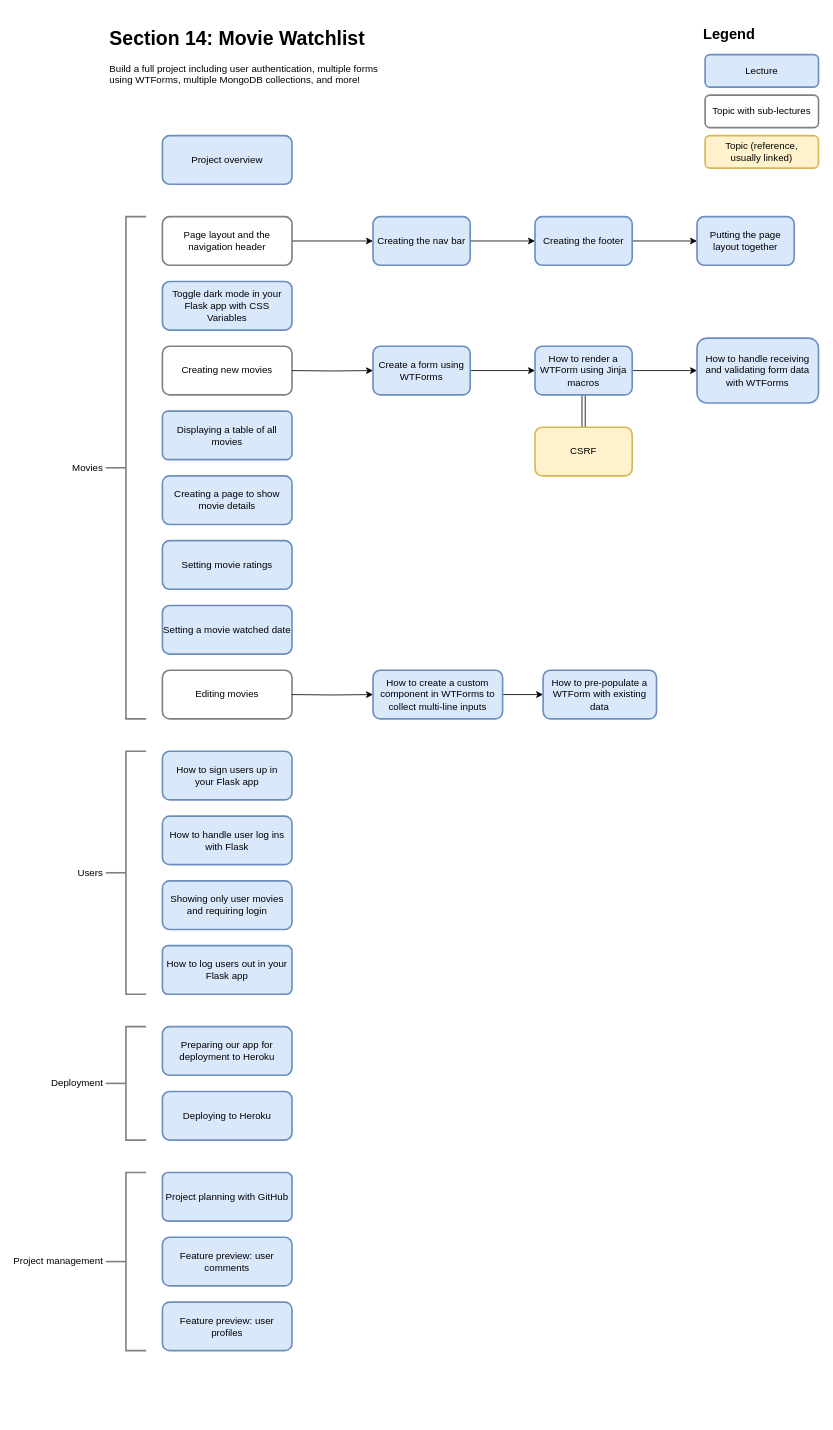
Before: curriculum/section14/movie-watchlist-section-plan.drawio in tecladocode/web-dev-bootcamp, a draw.io diagram. Source tidied: cells renumbered, new cells numbered last; positions are measured from the earlier drawing's top-left corner, leaving out a move shared by most shapes. Both pictures are drawn from the tidied source at 81%, with x=0, y=0 at pixel (105, 22).
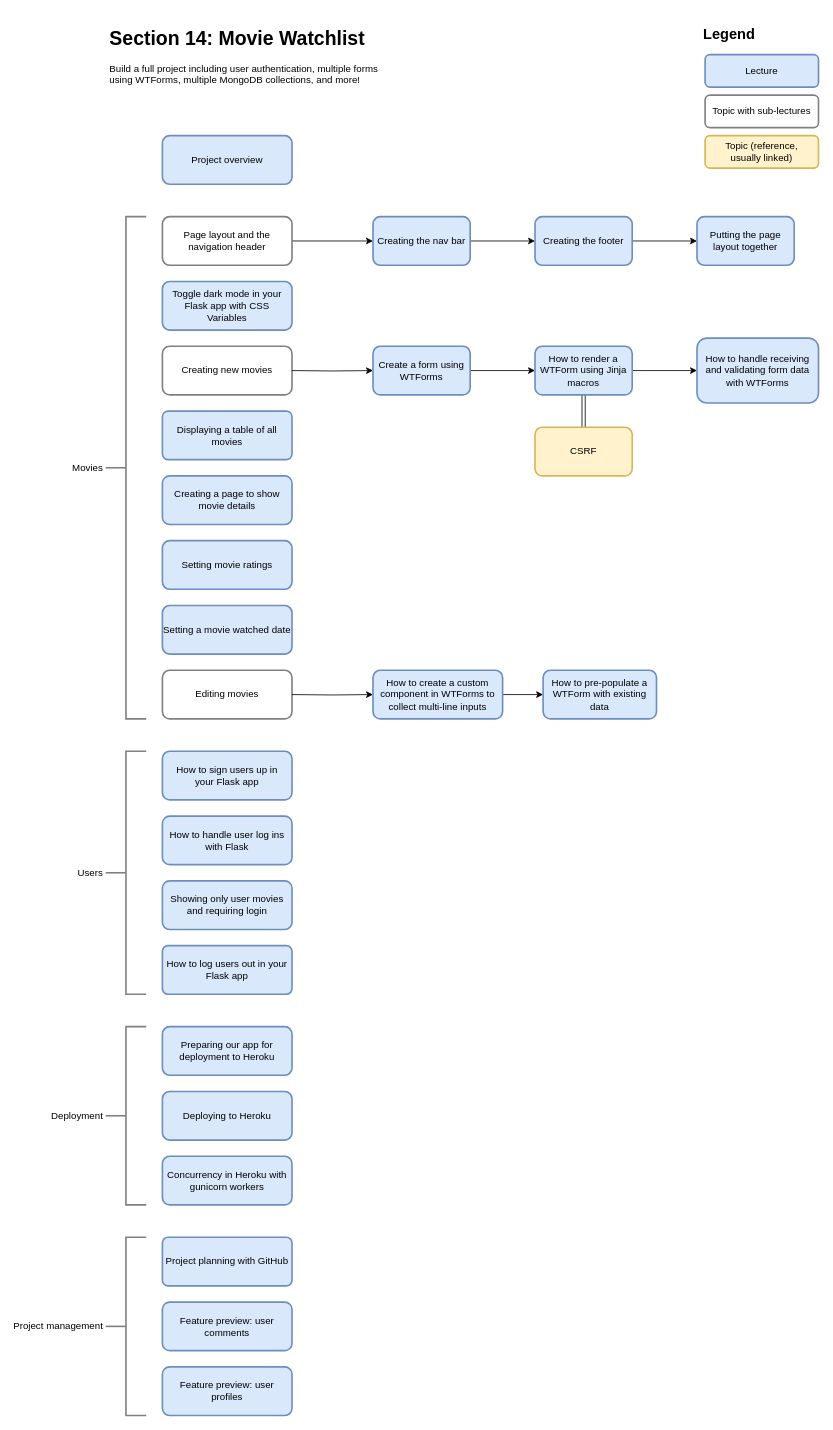
After the change.

What changed in the source:
```diff
@@
     <mxCell id="13" value="Feature preview: user profiles" style="rounded=1;whiteSpace=wrap;html=1;shadow=0;glass=0;sketch=0;fontFamily=SF Pro;fontSize=12;strokeColor=#6c8ebf;strokeWidth=2;fillColor=#dae8fc;" parent="1" vertex="1">
-      <mxGeometry x="70" y="1580" width="160" height="60" as="geometry" />
+      <mxGeometry x="70" y="1660" width="160" height="60" as="geometry" />
     </mxCell>
     <mxCell id="14" value="Feature preview: user comments" style="whiteSpace=wrap;html=1;rounded=1;shadow=0;glass=0;sketch=0;fontFamily=SF Pro;fontSize=12;strokeColor=#6c8ebf;strokeWidth=2;fillColor=#dae8fc;" parent="1" vertex="1">
-      <mxGeometry x="70" y="1500" width="160" height="60" as="geometry" />
+      <mxGeometry x="70" y="1580" width="160" height="60" as="geometry" />
     </mxCell>
@@
     <mxCell id="17" value="Deployment" style="strokeWidth=2;html=1;shape=mxgraph.flowchart.annotation_2;align=right;labelPosition=left;fontFamily=SF Pro;strokeColor=#808080;verticalLabelPosition=middle;verticalAlign=middle;spacingRight=2;" parent="1" vertex="1">
-      <mxGeometry y="1240" width="50" height="140" as="geometry" />
+      <mxGeometry y="1240" width="50" height="220" as="geometry" />
     </mxCell>
     <mxCell id="18" value="Project planning with GitHub" style="rounded=1;whiteSpace=wrap;html=1;absoluteArcSize=1;arcSize=14;strokeWidth=2;fontFamily=SF Pro;strokeColor=#6c8ebf;fillColor=#dae8fc;" parent="1" vertex="1">
-      <mxGeometry x="70" y="1420" width="160" height="60" as="geometry" />
+      <mxGeometry x="70" y="1500" width="160" height="60" as="geometry" />
     </mxCell>
@@
     <mxCell id="21" value="Project management" style="strokeWidth=2;html=1;shape=mxgraph.flowchart.annotation_2;align=right;labelPosition=left;fontFamily=SF Pro;strokeColor=#808080;verticalLabelPosition=middle;verticalAlign=middle;spacingRight=2;" parent="1" vertex="1">
-      <mxGeometry y="1420" width="50" height="220" as="geometry" />
+      <mxGeometry y="1500" width="50" height="220" as="geometry" />
     </mxCell>
@@
+    <mxCell id="51" value="Concurrency in Heroku with gunicorn workers" style="rounded=1;whiteSpace=wrap;html=1;fontFamily=SF Pro;fontSize=12;strokeColor=#6c8ebf;strokeWidth=2;fillColor=#dae8fc;spacing=6;" parent="1" vertex="1">
+      <mxGeometry x="70" y="1400" width="160" height="60" as="geometry" />
+    </mxCell>
```
